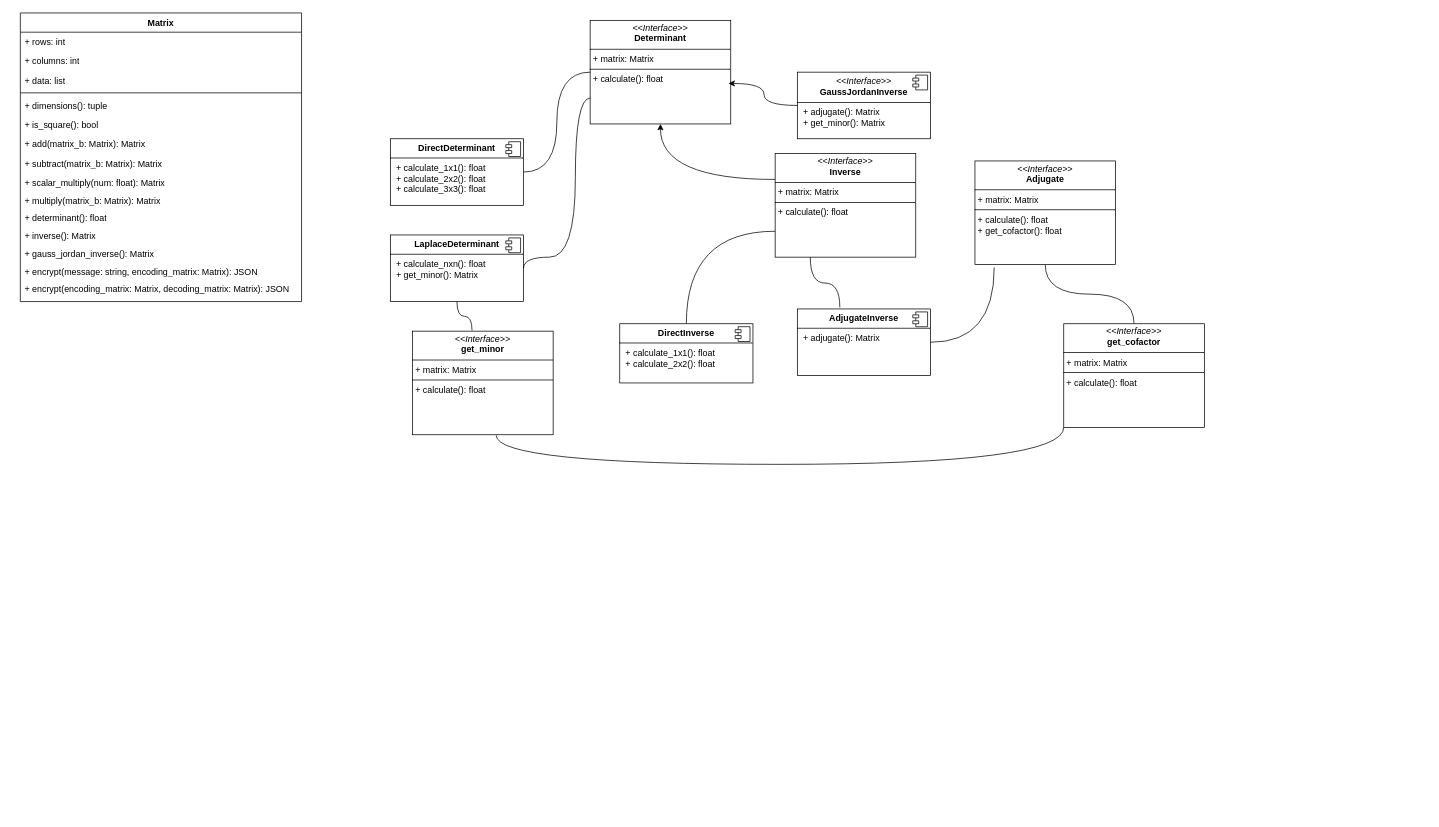
The draw.io diagram docs/matrix_class.drawio in tskxz/matrix, before the edit. Source tidied: cells renumbered, new cells numbered last; positions are measured from the earlier drawing's top-left corner, leaving out a move shared by most shapes. Both pictures are drawn from the tidied source at 74%, with x=0, y=0 at pixel (20, 13).
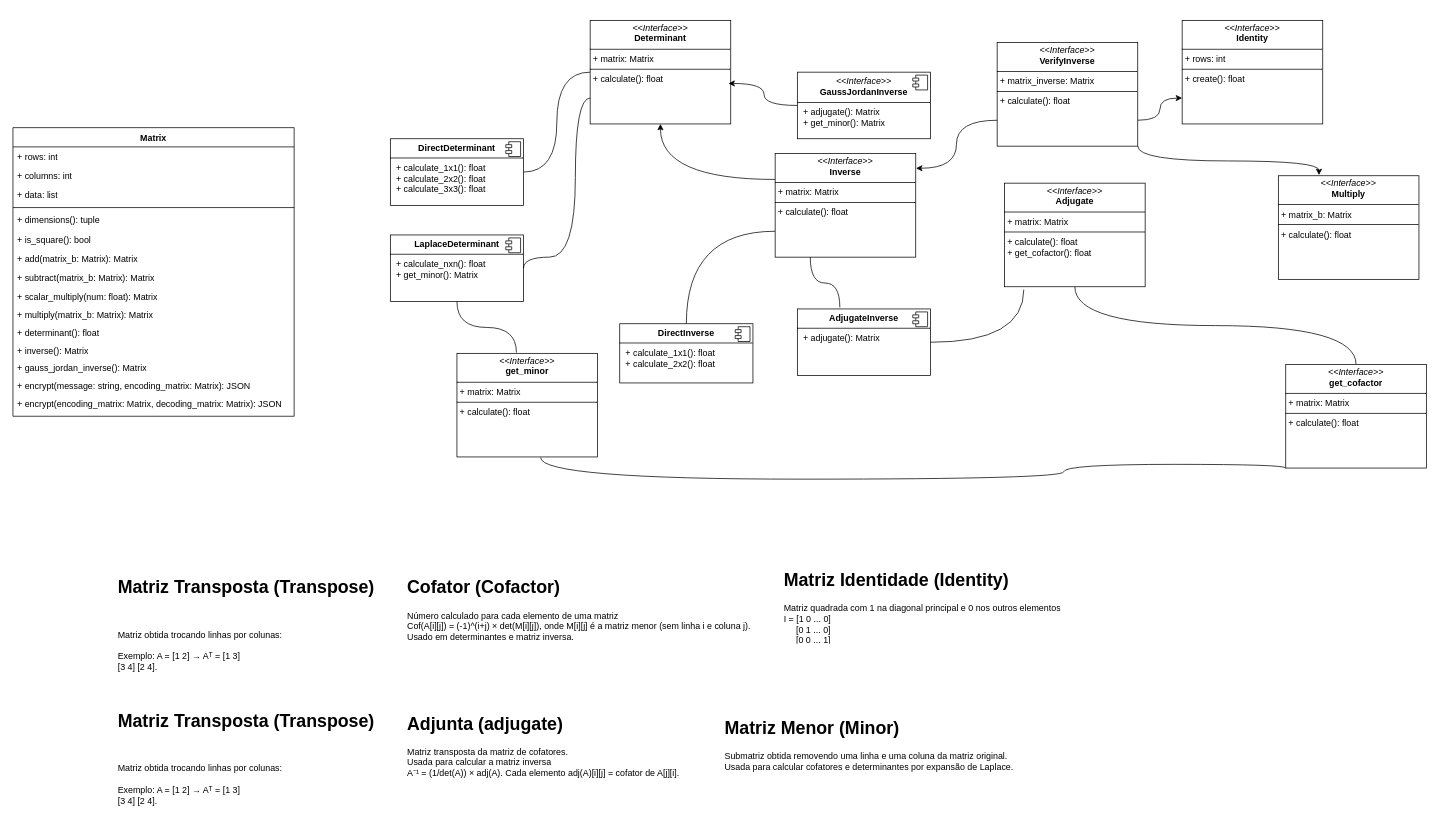
The same diagram, later.

Commit message:
docs: update xml diagrama de classes

The change refers to these unchanged cells:
```xml
<mxCell id="26" value="&lt;p style=&quot;margin:0px;margin-top:4px;text-align:center;&quot;&gt;&lt;i&gt;&amp;lt;&amp;lt;Interface&amp;gt;&amp;gt;&lt;/i&gt;&lt;br&gt;&lt;b&gt;Inverse&lt;/b&gt;&lt;/p&gt;&lt;hr size=&quot;1&quot; style=&quot;border-style:solid;&quot;&gt;&lt;p style=&quot;margin:0px;margin-left:4px;&quot;&gt;+ matrix: Matrix&lt;/p&gt;&lt;hr size=&quot;1&quot; style=&quot;border-style:solid;&quot;&gt;&lt;p style=&quot;margin:0px;margin-left:4px;&quot;&gt;+ calculate(): float&lt;/p&gt;" style="verticalAlign=top;align=left;overflow=fill;html=1;whiteSpace=wrap;" parent="1" vertex="1">
  <mxGeometry x="1020" y="190" width="190" height="140" as="geometry" />
</mxCell>
```

The edit, as a diff of the source:
```diff
@@
     <mxCell id="2" value="&lt;div&gt;Matrix&lt;/div&gt;" style="swimlane;fontStyle=1;align=center;verticalAlign=top;horizontal=1;startSize=26;whiteSpace=wrap;html=1;" parent="1" vertex="1">
-      <mxGeometry width="380" height="390" as="geometry" />
+      <mxGeometry x="-10" y="155" width="380" height="390" as="geometry" />
     </mxCell>
@@
     <mxCell id="32" value="&lt;p style=&quot;margin:0px;margin-top:4px;text-align:center;&quot;&gt;&lt;i&gt;&amp;lt;&amp;lt;Interface&amp;gt;&amp;gt;&lt;/i&gt;&lt;br&gt;&lt;b&gt;Adjugate&lt;/b&gt;&lt;/p&gt;&lt;hr size=&quot;1&quot; style=&quot;border-style:solid;&quot;&gt;&lt;p style=&quot;margin:0px;margin-left:4px;&quot;&gt;+ matrix: Matrix&lt;/p&gt;&lt;hr size=&quot;1&quot; style=&quot;border-style:solid;&quot;&gt;&lt;p style=&quot;margin:0px;margin-left:4px;&quot;&gt;+ calculate(): float&lt;br&gt;+ get_cofactor(): float&lt;/p&gt;" style="verticalAlign=top;align=left;overflow=fill;html=1;whiteSpace=wrap;" parent="1" vertex="1">
-      <mxGeometry x="1290" y="200" width="190" height="140" as="geometry" />
+      <mxGeometry x="1330" y="230" width="190" height="140" as="geometry" />
     </mxCell>
     <mxCell id="33" value="&lt;p style=&quot;margin:0px;margin-top:4px;text-align:center;&quot;&gt;&lt;i&gt;&amp;lt;&amp;lt;Interface&amp;gt;&amp;gt;&lt;/i&gt;&lt;br&gt;&lt;b&gt;get_cofactor&lt;/b&gt;&lt;/p&gt;&lt;hr size=&quot;1&quot; style=&quot;border-style:solid;&quot;&gt;&lt;p style=&quot;margin:0px;margin-left:4px;&quot;&gt;+ matrix: Matrix&lt;/p&gt;&lt;hr size=&quot;1&quot; style=&quot;border-style:solid;&quot;&gt;&lt;p style=&quot;margin:0px;margin-left:4px;&quot;&gt;+ calculate(): float&lt;/p&gt;" style="verticalAlign=top;align=left;overflow=fill;html=1;whiteSpace=wrap;" parent="1" vertex="1">
-      <mxGeometry x="1410" y="420" width="190" height="140" as="geometry" />
+      <mxGeometry x="1710" y="475" width="190" height="140" as="geometry" />
     </mxCell>
     <mxCell id="34" value="&lt;p style=&quot;margin:0px;margin-top:4px;text-align:center;&quot;&gt;&lt;i&gt;&amp;lt;&amp;lt;Interface&amp;gt;&amp;gt;&lt;/i&gt;&lt;br&gt;&lt;b&gt;get_minor&lt;/b&gt;&lt;/p&gt;&lt;hr size=&quot;1&quot; style=&quot;border-style:solid;&quot;&gt;&lt;p style=&quot;margin:0px;margin-left:4px;&quot;&gt;+ matrix: Matrix&lt;/p&gt;&lt;hr size=&quot;1&quot; style=&quot;border-style:solid;&quot;&gt;&lt;p style=&quot;margin:0px;margin-left:4px;&quot;&gt;+ calculate(): float&lt;/p&gt;" style="verticalAlign=top;align=left;overflow=fill;html=1;whiteSpace=wrap;" parent="1" vertex="1">
-      <mxGeometry x="530" y="430" width="190" height="140" as="geometry" />
+      <mxGeometry x="590" y="460" width="190" height="140" as="geometry" />
     </mxCell>
@@
     <mxCell id="42" style="edgeStyle=orthogonalEdgeStyle;rounded=0;jettySize=auto;html=1;exitX=0;exitY=1;exitDx=0;exitDy=0;entryX=0.595;entryY=1.006;entryDx=0;entryDy=0;entryPerimeter=0;curved=1;endArrow=none;endFill=0;" parent="1" edge="1" source="33" target="34">
       <mxGeometry relative="1" as="geometry">
         <Array as="points">
+          <mxPoint x="1710" y="610" />
           <mxPoint x="1410" y="610" />
-          <mxPoint x="643" y="610" />
+          <mxPoint x="1410" y="630" />
+          <mxPoint x="703" y="630" />
         </Array>
       </mxGeometry>
     </mxCell>
+    <mxCell id="43" value="&lt;h1 style=&quot;margin-top: 0px;&quot;&gt;Adjunta (adjugate)&lt;/h1&gt;Matriz transposta da matriz de cofatores.&lt;br&gt;Usada para calcular a matriz inversa&lt;br&gt;A⁻¹ = (1/det(A)) × adj(A). Cada elemento adj(A)[i][j] = cofator de A[j][i]." style="text;html=1;whiteSpace=wrap;overflow=hidden;rounded=0;" parent="1" vertex="1">
+      <mxGeometry x="521" y="940" width="390" height="120" as="geometry" />
+    </mxCell>
+    <mxCell id="44" value="&lt;h1&gt;&lt;strong&gt;&lt;span&gt;Cofator (Cofactor)&lt;/span&gt;&lt;/strong&gt;&lt;/h1&gt;&lt;h1 style=&quot;margin-top: 0px;&quot;&gt;&lt;/h1&gt;&lt;span&gt;Número calculado para cada elemento de uma matriz&lt;br&gt;Cof(A[i][j]) = (-1)^(i+j) × det(M[i][j]), onde M[i][j] é a matriz menor (sem linha i e coluna j).&lt;br&gt;Usado em determinantes e matriz inversa.&lt;/span&gt;" style="text;html=1;whiteSpace=wrap;overflow=hidden;rounded=0;" parent="1" vertex="1">
+      <mxGeometry x="521" y="740" width="470" height="120" as="geometry" />
+    </mxCell>
+    <mxCell id="45" value="&lt;h1&gt;&lt;strong&gt;&lt;span&gt;Matriz Transposta (Transpose)&lt;/span&gt;&lt;/strong&gt;&lt;/h1&gt;&lt;h1 style=&quot;margin-top: 0px;&quot;&gt;&lt;/h1&gt;&lt;br&gt;&lt;p class=&quot;ds-markdown-paragraph&quot;&gt;&lt;span&gt;Matriz obtida trocando linhas por colunas:&lt;br&gt;&lt;br&gt;Exemplo: A = [1 2] → Aᵀ = [1 3]&lt;/span&gt;&lt;br&gt;&lt;span&gt;[3 4]          [2 4].&lt;/span&gt;&lt;/p&gt;" style="text;html=1;whiteSpace=wrap;overflow=hidden;rounded=0;" parent="1" vertex="1">
+      <mxGeometry x="130" y="740" width="391" height="160" as="geometry" />
+    </mxCell>
+    <mxCell id="46" value="&lt;h1&gt;&lt;strong&gt;&lt;span&gt;Matriz Transposta (Transpose)&lt;/span&gt;&lt;/strong&gt;&lt;/h1&gt;&lt;h1 style=&quot;margin-top: 0px;&quot;&gt;&lt;/h1&gt;&lt;br&gt;&lt;p class=&quot;ds-markdown-paragraph&quot;&gt;&lt;span&gt;Matriz obtida trocando linhas por colunas:&lt;br&gt;&lt;br&gt;Exemplo: A = [1 2] → Aᵀ = [1 3]&lt;/span&gt;&lt;br&gt;&lt;span&gt;[3 4]          [2 4].&lt;/span&gt;&lt;/p&gt;" style="text;html=1;whiteSpace=wrap;overflow=hidden;rounded=0;" parent="1" vertex="1">
+      <mxGeometry x="130" y="920" width="391" height="160" as="geometry" />
+    </mxCell>
+    <mxCell id="47" value="&lt;h1&gt;&lt;strong&gt;&lt;span&gt;Matriz Menor (Minor)&lt;/span&gt;&lt;/strong&gt;&lt;/h1&gt;&lt;h1&gt;&lt;/h1&gt;&lt;h1 style=&quot;margin-top: 0px;&quot;&gt;&lt;/h1&gt;&lt;span&gt;Submatriz obtida removendo uma linha e uma coluna da matriz original.&amp;nbsp;&lt;br&gt;Usada para calcular cofatores e determinantes por expansão de Laplace.&lt;/span&gt;" style="text;html=1;whiteSpace=wrap;overflow=hidden;rounded=0;" parent="1" vertex="1">
+      <mxGeometry x="950" y="930" width="420" height="120" as="geometry" />
+    </mxCell>
+    <mxCell id="48" value="&lt;h1&gt;&lt;strong&gt;&lt;span&gt;Matriz Identidade (Identity)&lt;/span&gt;&lt;/strong&gt;&lt;/h1&gt;&lt;h1&gt;&lt;/h1&gt;&lt;h1 style=&quot;margin-top: 0px;&quot;&gt;&lt;/h1&gt;&lt;p class=&quot;ds-markdown-paragraph&quot;&gt;&lt;span&gt;Matriz quadrada com 1 na diagonal principal e 0 nos outros elementos&lt;br&gt;I = [1 0 ... 0]&lt;/span&gt;&lt;br&gt;&lt;span&gt;&amp;nbsp; &amp;nbsp; &amp;nbsp;[0 1 ... 0]&lt;/span&gt;&lt;br&gt;&lt;span&gt;&amp;nbsp; &amp;nbsp; &amp;nbsp;[0 0 ... 1]&lt;/span&gt;&lt;/p&gt;" style="text;html=1;whiteSpace=wrap;overflow=hidden;rounded=0;" parent="1" vertex="1">
+      <mxGeometry x="1030" y="730" width="470" height="120" as="geometry" />
+    </mxCell>
+    <mxCell id="49" style="edgeStyle=orthogonalEdgeStyle;rounded=0;jettySize=auto;html=1;exitX=1;exitY=0.75;exitDx=0;exitDy=0;entryX=0;entryY=0.75;entryDx=0;entryDy=0;curved=1;" parent="1" edge="1" source="50" target="52">
+      <mxGeometry relative="1" as="geometry" />
+    </mxCell>
+    <mxCell id="50" value="&lt;p style=&quot;margin:0px;margin-top:4px;text-align:center;&quot;&gt;&lt;i&gt;&amp;lt;&amp;lt;Interface&amp;gt;&amp;gt;&lt;/i&gt;&lt;br&gt;&lt;b&gt;VerifyInverse&lt;/b&gt;&lt;/p&gt;&lt;hr size=&quot;1&quot; style=&quot;border-style:solid;&quot;&gt;&lt;p style=&quot;margin:0px;margin-left:4px;&quot;&gt;+ matrix_inverse: Matrix&lt;/p&gt;&lt;hr size=&quot;1&quot; style=&quot;border-style:solid;&quot;&gt;&lt;p style=&quot;margin:0px;margin-left:4px;&quot;&gt;+ calculate(): float&lt;/p&gt;" style="verticalAlign=top;align=left;overflow=fill;html=1;whiteSpace=wrap;" parent="1" vertex="1">
+      <mxGeometry x="1320" y="40" width="190" height="140" as="geometry" />
+    </mxCell>
+    <mxCell id="51" style="edgeStyle=orthogonalEdgeStyle;rounded=0;jettySize=auto;html=1;exitX=0;exitY=0.75;exitDx=0;exitDy=0;entryX=1.002;entryY=0.142;entryDx=0;entryDy=0;entryPerimeter=0;curved=1;" parent="1" edge="1" source="50" target="26">
+      <mxGeometry relative="1" as="geometry" />
+    </mxCell>
+    <mxCell id="52" value="&lt;p style=&quot;margin:0px;margin-top:4px;text-align:center;&quot;&gt;&lt;i&gt;&amp;lt;&amp;lt;Interface&amp;gt;&amp;gt;&lt;/i&gt;&lt;br&gt;&lt;b&gt;Identity&lt;/b&gt;&lt;/p&gt;&lt;hr size=&quot;1&quot; style=&quot;border-style:solid;&quot;&gt;&lt;p style=&quot;margin:0px;margin-left:4px;&quot;&gt;+ rows: int&lt;/p&gt;&lt;hr size=&quot;1&quot; style=&quot;border-style:solid;&quot;&gt;&lt;p style=&quot;margin:0px;margin-left:4px;&quot;&gt;+ create(): float&lt;/p&gt;" style="verticalAlign=top;align=left;overflow=fill;html=1;whiteSpace=wrap;" parent="1" vertex="1">
+      <mxGeometry x="1570" y="10" width="190" height="140" as="geometry" />
+    </mxCell>
+    <mxCell id="53" value="&lt;p style=&quot;margin:0px;margin-top:4px;text-align:center;&quot;&gt;&lt;i&gt;&amp;lt;&amp;lt;Interface&amp;gt;&amp;gt;&lt;/i&gt;&lt;br&gt;&lt;b&gt;Multiply&lt;/b&gt;&lt;/p&gt;&lt;hr size=&quot;1&quot; style=&quot;border-style:solid;&quot;&gt;&lt;p style=&quot;margin:0px;margin-left:4px;&quot;&gt;+ matrix_b: Matrix&lt;/p&gt;&lt;hr size=&quot;1&quot; style=&quot;border-style:solid;&quot;&gt;&lt;p style=&quot;margin:0px;margin-left:4px;&quot;&gt;+ calculate(): float&lt;/p&gt;" style="verticalAlign=top;align=left;overflow=fill;html=1;whiteSpace=wrap;" parent="1" vertex="1">
+      <mxGeometry x="1700" y="220" width="190" height="140" as="geometry" />
+    </mxCell>
+    <mxCell id="54" style="edgeStyle=orthogonalEdgeStyle;rounded=0;jettySize=auto;html=1;exitX=1;exitY=1;exitDx=0;exitDy=0;entryX=0.289;entryY=-0.007;entryDx=0;entryDy=0;entryPerimeter=0;curved=1;" parent="1" edge="1" source="50" target="53">
+      <mxGeometry relative="1" as="geometry" />
+    </mxCell>
```
